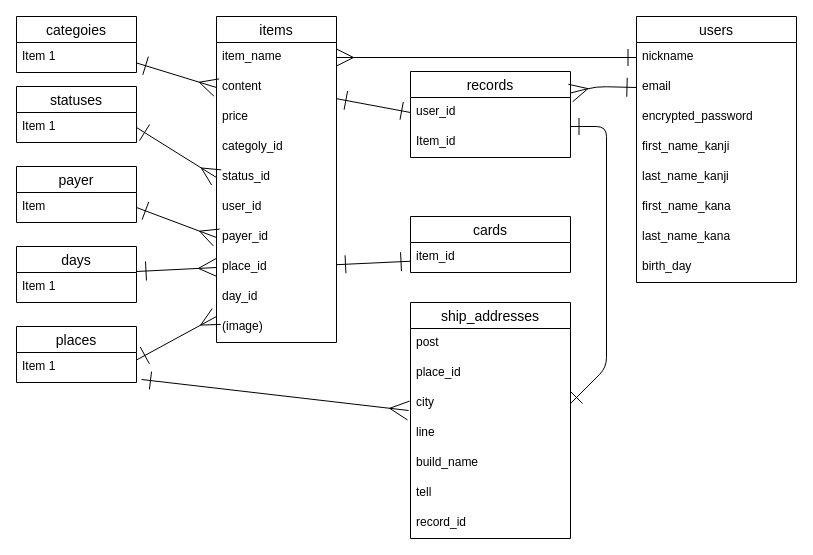
Before: test.dio in nogusan/furima-38428, a draw.io diagram. Source tidied: cells renumbered, new cells numbered last; positions are measured from the earlier drawing's top-left corner, leaving out a move shared by most shapes. Both pictures are drawn from the tidied source at 100%, with x=0, y=0 at pixel (16, 16).
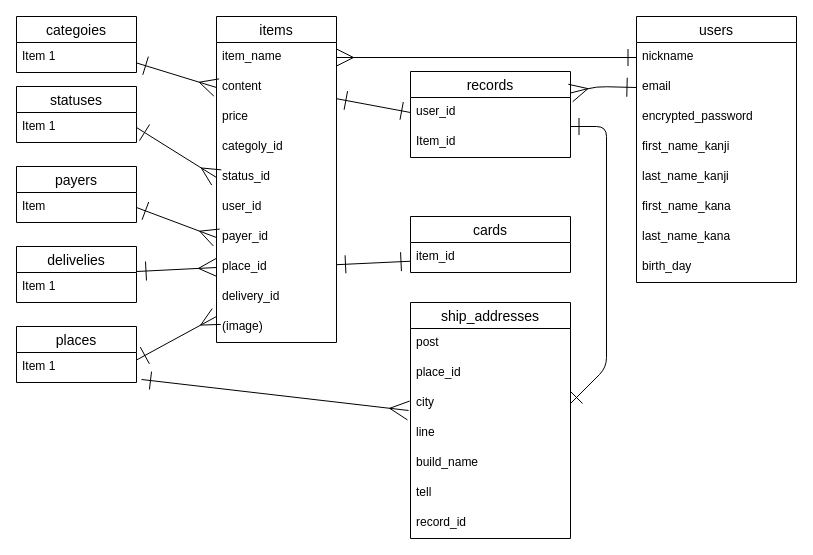
The same page after the edit.

The change refers to these unchanged cells:
```xml
<mxCell id="2" value="items" style="swimlane;fontStyle=0;horizontal=1;startSize=26;align=center;fontSize=14;" parent="1" vertex="1">
  <mxGeometry x="200" width="120" height="326" as="geometry" />
</mxCell>
```

What changed in the source:
```diff
@@
-    <mxCell id="11" value="day_id" style="text;strokeColor=none;fillColor=none;spacingLeft=4;spacingRight=4;overflow=hidden;fontSize=12;" parent="2" vertex="1">
+    <mxCell id="11" value="delivery_id" style="text;strokeColor=none;fillColor=none;spacingLeft=4;spacingRight=4;overflow=hidden;fontSize=12;" parent="2" vertex="1">
       <mxGeometry y="266" width="120" height="30" as="geometry" />
     </mxCell>
@@
-    <mxCell id="31" value="payer" style="swimlane;fontStyle=0;horizontal=1;startSize=26;align=center;fontSize=14;" parent="1" vertex="1">
+    <mxCell id="31" value="payers" style="swimlane;fontStyle=0;horizontal=1;startSize=26;align=center;fontSize=14;" parent="1" vertex="1">
       <mxGeometry y="150" width="120" height="56" as="geometry" />
     </mxCell>
@@
-    <mxCell id="38" value="days" style="swimlane;fontStyle=0;horizontal=1;startSize=26;align=center;fontSize=14;" parent="1" vertex="1">
+    <mxCell id="38" value="delivelies" style="swimlane;fontStyle=0;horizontal=1;startSize=26;align=center;fontSize=14;" parent="1" vertex="1">
       <mxGeometry y="230" width="120" height="56" as="geometry" />
     </mxCell>
```
